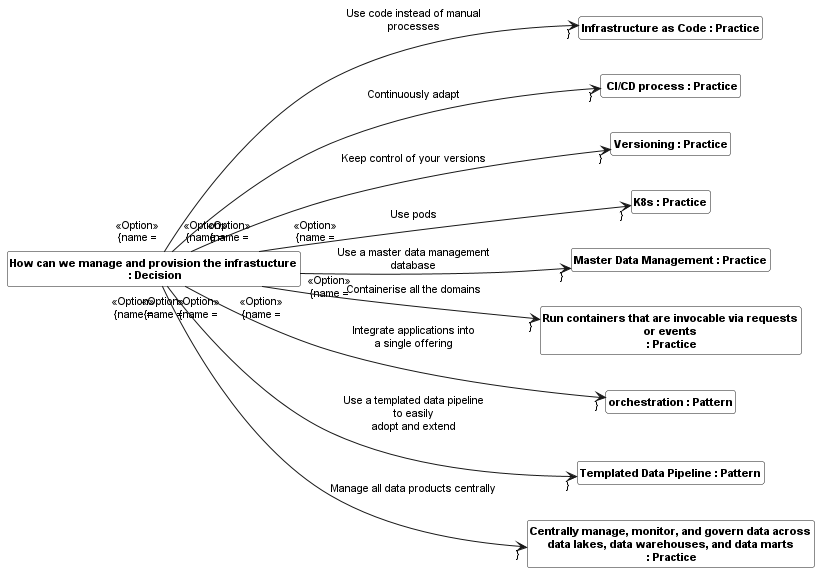
The PlantUML diagram python/data_as_a_product_codeablemodels/_generated/data_as_a_product/infrastructure_decision.png in TomEijk/Data_Mesh_GLR, before a commit. Source of this version:
```plantuml
@startuml
skinparam monochrome true
skinparam ClassBackgroundColor White
hide empty members
hide circle
skinparam defaultFontName Arial
skinparam defaultFontSize 11
skinparam classfontstyle bold
left to right direction
class "How can we manage and provision the infrastucture\n : Decision" as __1_How_can_we_manage_and_provision_the_infrastucture
class "Infrastructure as Code : Practice" as __2_Infrastructure_as_Code
class " CI/CD process : Practice" as __3__CI_CD_process
class "Versioning : Practice" as __4_Versioning
class "K8s : Practice" as __5_K8s
class "Master Data Management : Practice" as __6_Master_Data_Management
class "Run containers that are invocable via requests\nor events\n : Practice" as __7_Run_containers_that_are_invocable_via_requests_or_events
class "orchestration : Pattern" as __8_orchestration
class "Templated Data Pipeline : Pattern" as __9_Templated_Data_Pipeline
class "Centrally manage, monitor, and govern data across\ndata lakes, data warehouses, and data marts\n : Practice" as __10_Centrally_manage__monitor__and_govern_data_across_data_lakes__data_warehouses__and_data_marts
__1_How_can_we_manage_and_provision_the_infrastucture --> __2_Infrastructure_as_Code: "«Option» \n{name = "Use code instead of manual\nprocesses"}\n"
__1_How_can_we_manage_and_provision_the_infrastucture --> __3__CI_CD_process: "«Option» \n{name = "Continuously adapt"}\n"
__1_How_can_we_manage_and_provision_the_infrastucture --> __4_Versioning: "«Option» \n{name = "Keep control of your versions"}\n"
__1_How_can_we_manage_and_provision_the_infrastucture --> __5_K8s: "«Option» \n{name = "Use pods"}\n"
__1_How_can_we_manage_and_provision_the_infrastucture --> __6_Master_Data_Management: "«Option» \n{name = "Use a master data management\ndatabase"}\n"
__1_How_can_we_manage_and_provision_the_infrastucture --> __7_Run_containers_that_are_invocable_via_requests_or_events: "«Option» \n{name = "Containerise all the domains"}\n"
__1_How_can_we_manage_and_provision_the_infrastucture --> __8_orchestration: "«Option» \n{name = "Integrate applications into\na single offering"}\n"
__1_How_can_we_manage_and_provision_the_infrastucture --> __9_Templated_Data_Pipeline: "«Option» \n{name = "Use a templated data pipeline\nto easily\nadopt and extend"}\n"
__1_How_can_we_manage_and_provision_the_infrastucture --> __10_Centrally_manage__monitor__and_govern_data_across_data_lakes__data_warehouses__and_data_marts: "«Option» \n{name = "Manage all data products centrally"}\n"
@enduml
```
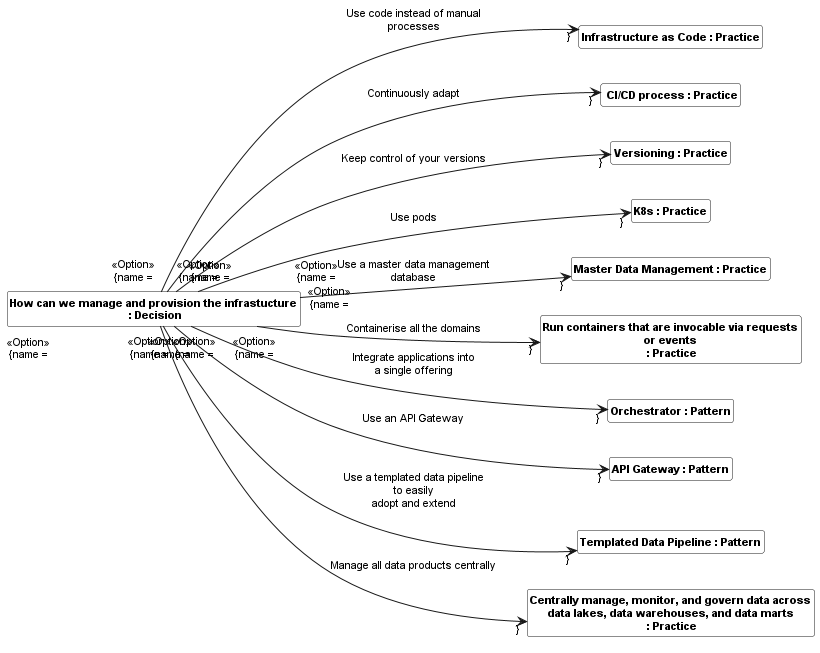
Later version of the same file.

Change to the diagram source:
```diff
@@ -14,16 +14,18 @@
 class "K8s : Practice" as __5_K8s
 class "Master Data Management : Practice" as __6_Master_Data_Management
 class "Run containers that are invocable via requests\nor events\n : Practice" as __7_Run_containers_that_are_invocable_via_requests_or_events
-class "orchestration : Pattern" as __8_orchestration
-class "Templated Data Pipeline : Pattern" as __9_Templated_Data_Pipeline
-class "Centrally manage, monitor, and govern data across\ndata lakes, data warehouses, and data marts\n : Practice" as __10_Centrally_manage__monitor__and_govern_data_across_data_lakes__data_warehouses__and_data_marts
+class "Orchestrator : Pattern" as __8_Orchestrator
+class "API Gateway : Pattern" as __9_API_Gateway
+class "Templated Data Pipeline : Pattern" as __10_Templated_Data_Pipeline
+class "Centrally manage, monitor, and govern data across\ndata lakes, data warehouses, and data marts\n : Practice" as __11_Centrally_manage__monitor__and_govern_data_across_data_lakes__data_warehouses__and_data_marts
 __1_How_can_we_manage_and_provision_the_infrastucture --> __2_Infrastructure_as_Code: "«Option» \n{name = "Use code instead of manual\nprocesses"}\n"
 __1_How_can_we_manage_and_provision_the_infrastucture --> __3__CI_CD_process: "«Option» \n{name = "Continuously adapt"}\n"
 __1_How_can_we_manage_and_provision_the_infrastucture --> __4_Versioning: "«Option» \n{name = "Keep control of your versions"}\n"
 __1_How_can_we_manage_and_provision_the_infrastucture --> __5_K8s: "«Option» \n{name = "Use pods"}\n"
 __1_How_can_we_manage_and_provision_the_infrastucture --> __6_Master_Data_Management: "«Option» \n{name = "Use a master data management\ndatabase"}\n"
 __1_How_can_we_manage_and_provision_the_infrastucture --> __7_Run_containers_that_are_invocable_via_requests_or_events: "«Option» \n{name = "Containerise all the domains"}\n"
-__1_How_can_we_manage_and_provision_the_infrastucture --> __8_orchestration: "«Option» \n{name = "Integrate applications into\na single offering"}\n"
-__1_How_can_we_manage_and_provision_the_infrastucture --> __9_Templated_Data_Pipeline: "«Option» \n{name = "Use a templated data pipeline\nto easily\nadopt and extend"}\n"
-__1_How_can_we_manage_and_provision_the_infrastucture --> __10_Centrally_manage__monitor__and_govern_data_across_data_lakes__data_warehouses__and_data_marts: "«Option» \n{name = "Manage all data products centrally"}\n"
+__1_How_can_we_manage_and_provision_the_infrastucture --> __8_Orchestrator: "«Option» \n{name = "Integrate applications into\na single offering"}\n"
+__1_How_can_we_manage_and_provision_the_infrastucture --> __9_API_Gateway: "«Option» \n{name = "Use an API Gateway"}\n"
+__1_How_can_we_manage_and_provision_the_infrastucture --> __10_Templated_Data_Pipeline: "«Option» \n{name = "Use a templated data pipeline\nto easily\nadopt and extend"}\n"
+__1_How_can_we_manage_and_provision_the_infrastucture --> __11_Centrally_manage__monitor__and_govern_data_across_data_lakes__data_warehouses__and_data_marts: "«Option» \n{name = "Manage all data products centrally"}\n"
 @enduml
```
